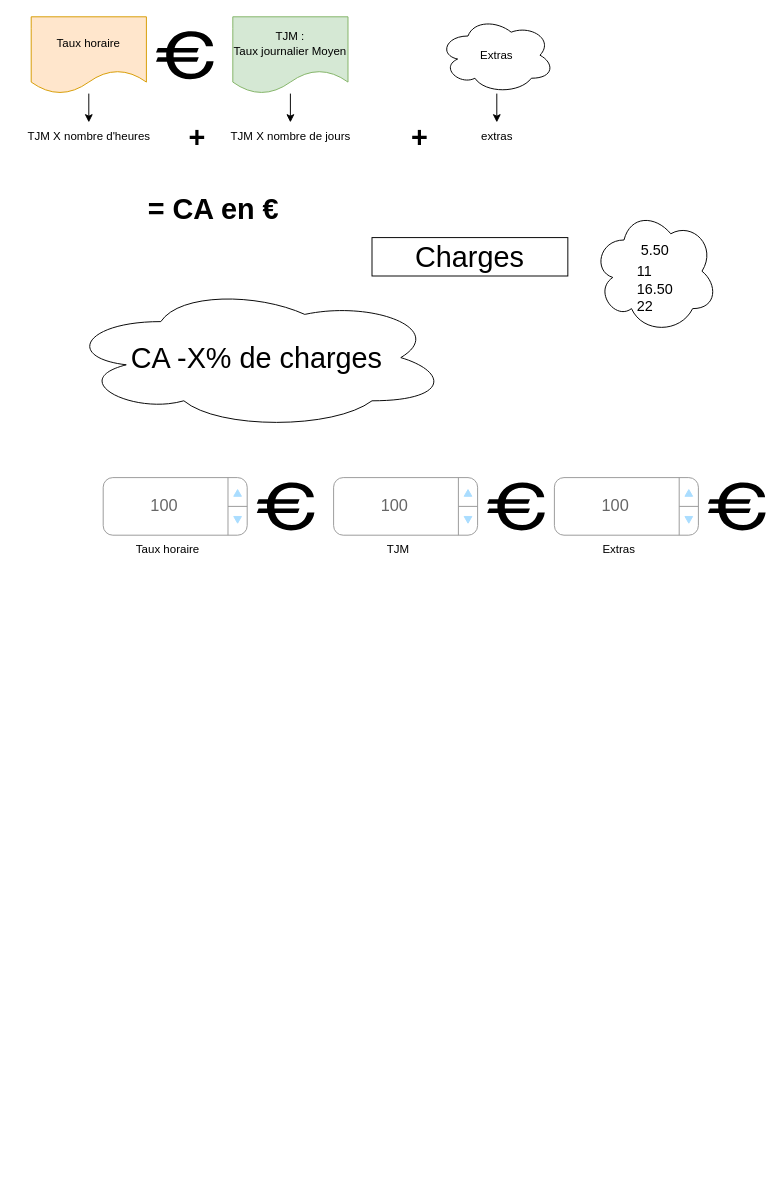
Before: Diagramme sans nom.drawio in Fingerliing/Projet-JS, a draw.io diagram. Source tidied: cells renumbered, new cells numbered last; positions are measured from the earlier drawing's top-left corner, leaving out a move shared by most shapes. Both pictures are drawn from the tidied source at 96%, with x=0, y=0 at pixel (16, 16).
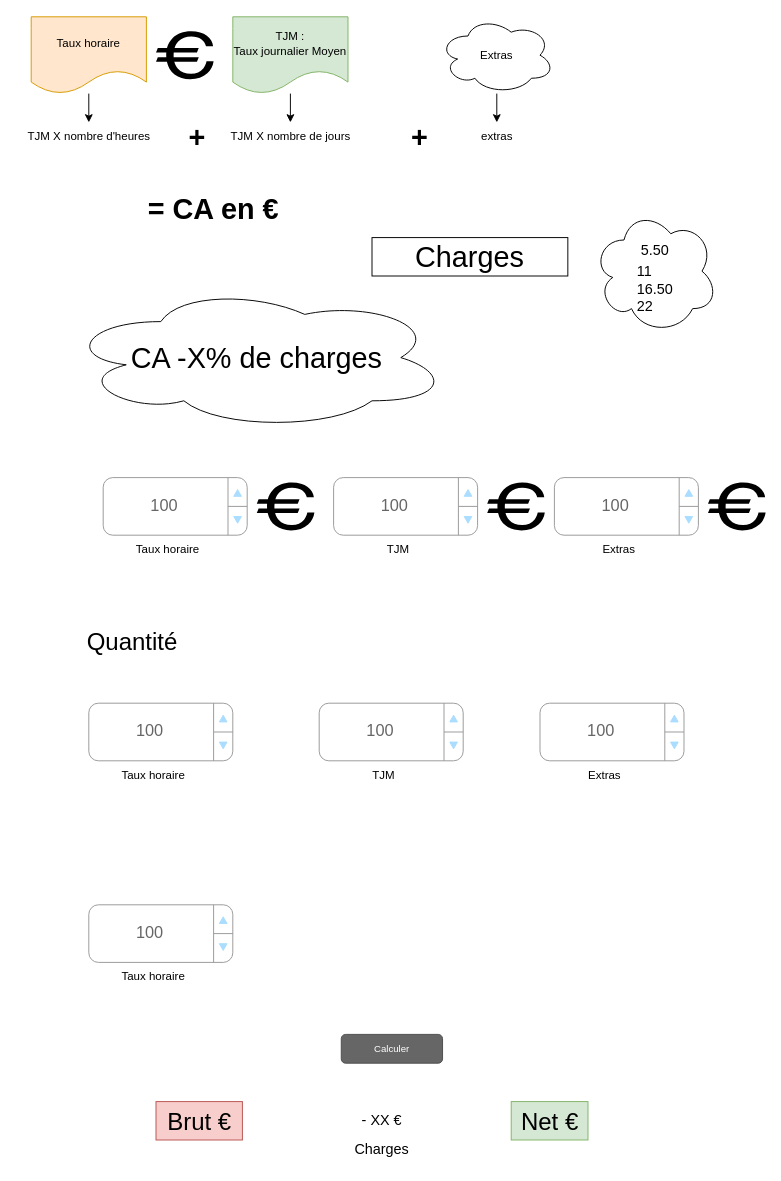
After the change.

Commit message (it also covers changes not shown here):
Mettre à jour Diagramme MiniProjetJS.drawio

Change to the diagram source:
```diff
@@
+    <mxCell id="27" value="&lt;font style=&quot;font-size: 25px;&quot;&gt;Quantité&lt;/font&gt;" style="text;html=1;align=center;verticalAlign=middle;strokeColor=none;fillColor=none;fontSize=15;" parent="1" vertex="1">
+      <mxGeometry x="60" y="630" width="120" height="40" as="geometry" />
+    </mxCell>
+    <mxCell id="28" value="&lt;table cellpadding=&quot;0&quot; cellspacing=&quot;0&quot; style=&quot;width:100%;height:100%;&quot;&gt;&lt;tr&gt;&lt;td style=&quot;width:85%&quot;&gt;100&lt;/td&gt;&lt;td style=&quot;width:15%&quot;&gt;&lt;/td&gt;&lt;/tr&gt;&lt;/table&gt;" style="strokeWidth=1;shadow=0;dashed=0;align=center;html=1;shape=mxgraph.mockup.forms.spinner;strokeColor=#999999;spinLayout=right;spinStyle=normal;adjStyle=triangle;fillColor=#aaddff;fontSize=17;fontColor=#666666;mainText=;html=1;overflow=fill;" parent="1" vertex="1">
+      <mxGeometry x="75" y="715" width="150" height="60" as="geometry" />
+    </mxCell>
+    <mxCell id="29" value="Taux horaire" style="text;html=1;strokeColor=none;fillColor=none;align=center;verticalAlign=middle;whiteSpace=wrap;rounded=0;" parent="1" vertex="1">
+      <mxGeometry x="105" y="775" width="75" height="30" as="geometry" />
+    </mxCell>
+    <mxCell id="30" value="&lt;table cellpadding=&quot;0&quot; cellspacing=&quot;0&quot; style=&quot;width:100%;height:100%;&quot;&gt;&lt;tr&gt;&lt;td style=&quot;width:85%&quot;&gt;100&lt;/td&gt;&lt;td style=&quot;width:15%&quot;&gt;&lt;/td&gt;&lt;/tr&gt;&lt;/table&gt;" style="strokeWidth=1;shadow=0;dashed=0;align=center;html=1;shape=mxgraph.mockup.forms.spinner;strokeColor=#999999;spinLayout=right;spinStyle=normal;adjStyle=triangle;fillColor=#aaddff;fontSize=17;fontColor=#666666;mainText=;html=1;overflow=fill;" parent="1" vertex="1">
+      <mxGeometry x="315" y="715" width="150" height="60" as="geometry" />
+    </mxCell>
+    <mxCell id="31" value="TJM" style="text;html=1;strokeColor=none;fillColor=none;align=center;verticalAlign=middle;whiteSpace=wrap;rounded=0;" parent="1" vertex="1">
+      <mxGeometry x="345" y="775" width="75" height="30" as="geometry" />
+    </mxCell>
+    <mxCell id="32" value="&lt;table cellpadding=&quot;0&quot; cellspacing=&quot;0&quot; style=&quot;width:100%;height:100%;&quot;&gt;&lt;tr&gt;&lt;td style=&quot;width:85%&quot;&gt;100&lt;/td&gt;&lt;td style=&quot;width:15%&quot;&gt;&lt;/td&gt;&lt;/tr&gt;&lt;/table&gt;" style="strokeWidth=1;shadow=0;dashed=0;align=center;html=1;shape=mxgraph.mockup.forms.spinner;strokeColor=#999999;spinLayout=right;spinStyle=normal;adjStyle=triangle;fillColor=#aaddff;fontSize=17;fontColor=#666666;mainText=;html=1;overflow=fill;" parent="1" vertex="1">
+      <mxGeometry x="545" y="715" width="150" height="60" as="geometry" />
+    </mxCell>
+    <mxCell id="33" value="Extras" style="text;html=1;strokeColor=none;fillColor=none;align=center;verticalAlign=middle;whiteSpace=wrap;rounded=0;" parent="1" vertex="1">
+      <mxGeometry x="575" y="775" width="75" height="30" as="geometry" />
+    </mxCell>
+    <mxCell id="34" value="&lt;font style=&quot;font-size: 25px;&quot;&gt;Brut €&lt;/font&gt;" style="text;html=1;align=center;verticalAlign=middle;strokeColor=#b85450;fillColor=#f8cecc;fontSize=15;" parent="1" vertex="1">
+      <mxGeometry x="145" y="1130" width="90" height="40" as="geometry" />
+    </mxCell>
+    <mxCell id="35" value="&lt;table cellpadding=&quot;0&quot; cellspacing=&quot;0&quot; style=&quot;width:100%;height:100%;&quot;&gt;&lt;tr&gt;&lt;td style=&quot;width:85%&quot;&gt;100&lt;/td&gt;&lt;td style=&quot;width:15%&quot;&gt;&lt;/td&gt;&lt;/tr&gt;&lt;/table&gt;" style="strokeWidth=1;shadow=0;dashed=0;align=center;html=1;shape=mxgraph.mockup.forms.spinner;strokeColor=#999999;spinLayout=right;spinStyle=normal;adjStyle=triangle;fillColor=#aaddff;fontSize=17;fontColor=#666666;mainText=;html=1;overflow=fill;" parent="1" vertex="1">
+      <mxGeometry x="75" y="925" width="150" height="60" as="geometry" />
+    </mxCell>
+    <mxCell id="36" value="Taux horaire" style="text;html=1;strokeColor=none;fillColor=none;align=center;verticalAlign=middle;whiteSpace=wrap;rounded=0;" parent="1" vertex="1">
+      <mxGeometry x="105" y="985" width="75" height="30" as="geometry" />
+    </mxCell>
+    <mxCell id="37" value="Calculer" style="rounded=1;html=1;shadow=0;dashed=0;whiteSpace=wrap;fontSize=10;fillColor=#666666;align=center;strokeColor=#4D4D4D;fontColor=#ffffff;" parent="1" vertex="1">
+      <mxGeometry x="338" y="1060" width="105.5" height="30" as="geometry" />
+    </mxCell>
+    <mxCell id="38" value="&lt;font style=&quot;font-size: 25px;&quot;&gt;Net €&lt;/font&gt;" style="text;html=1;align=center;verticalAlign=middle;strokeColor=#82b366;fillColor=#d5e8d4;fontSize=15;" parent="1" vertex="1">
+      <mxGeometry x="515" y="1130" width="80" height="40" as="geometry" />
+    </mxCell>
+    <mxCell id="39" value="&lt;font style=&quot;font-size: 15px;&quot;&gt;- XX €&lt;br&gt;Charges&lt;/font&gt;" style="text;html=1;align=center;verticalAlign=middle;strokeColor=none;fillColor=none;fontSize=25;" parent="1" vertex="1">
+      <mxGeometry x="340" y="1125" width="80" height="70" as="geometry" />
+    </mxCell>
```
